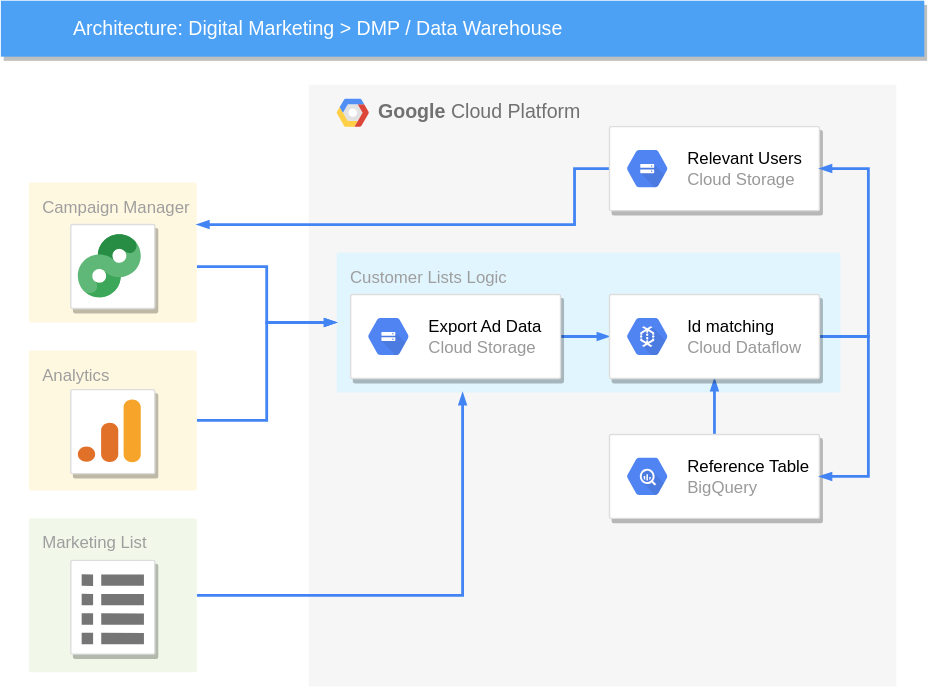
The draw.io diagram 小型短信转发系统.drawio.svg in imbyc/drawio, before a commit. Source tidied: cells renumbered, new cells last; positions are measured from the earlier drawing's top-left corner, leaving out a move shared by most shapes.
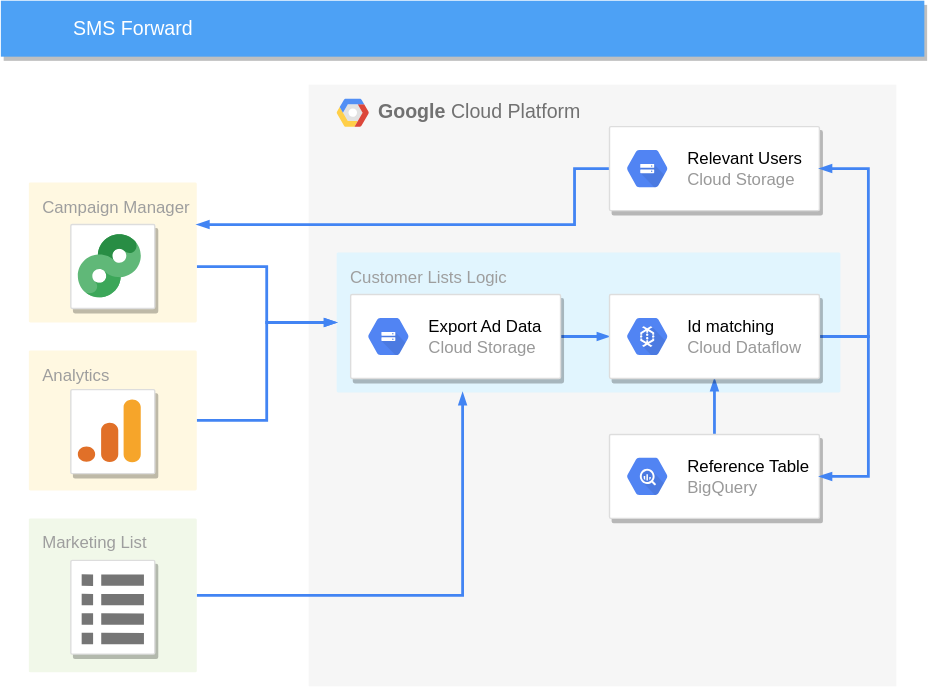
After the change.

Commit message:
更新小型短信转发系统.drawio.svg

Change to the diagram source:
```diff
@@ -40,7 +40,7 @@
     <mxCell id="10" value="Marketing List" style="rounded=1;absoluteArcSize=1;arcSize=2;html=1;strokeColor=none;gradientColor=none;shadow=0;dashed=0;strokeColor=none;fontSize=12;fontColor=#9E9E9E;align=left;verticalAlign=top;spacing=10;spacingTop=-4;fillColor=#F1F8E9;" parent="1" vertex="1">
       <mxGeometry x="20" y="370" width="120" height="110" as="geometry" />
     </mxCell>
-    <mxCell id="11" value="Architecture: Digital Marketing &amp;gt; DMP / Data Warehouse" style="fillColor=#4DA1F5;strokeColor=none;shadow=1;gradientColor=none;fontSize=14;align=left;spacingLeft=50;fontColor=#ffffff;html=1;" parent="1" vertex="1">
+    <mxCell id="11" value="SMS Forward" style="fillColor=#4DA1F5;strokeColor=none;shadow=1;gradientColor=none;fontSize=14;align=left;spacingLeft=50;fontColor=#ffffff;html=1;" parent="1" vertex="1">
       <mxGeometry width="660" height="40" as="geometry" />
     </mxCell>
     <mxCell id="12" style="strokeColor=#dddddd;fillColor=#ffffff;shadow=1;strokeWidth=1;rounded=1;absoluteArcSize=1;arcSize=2;fontSize=10;fontColor=#9E9E9E;align=center;html=1;" parent="1" vertex="1">
```
